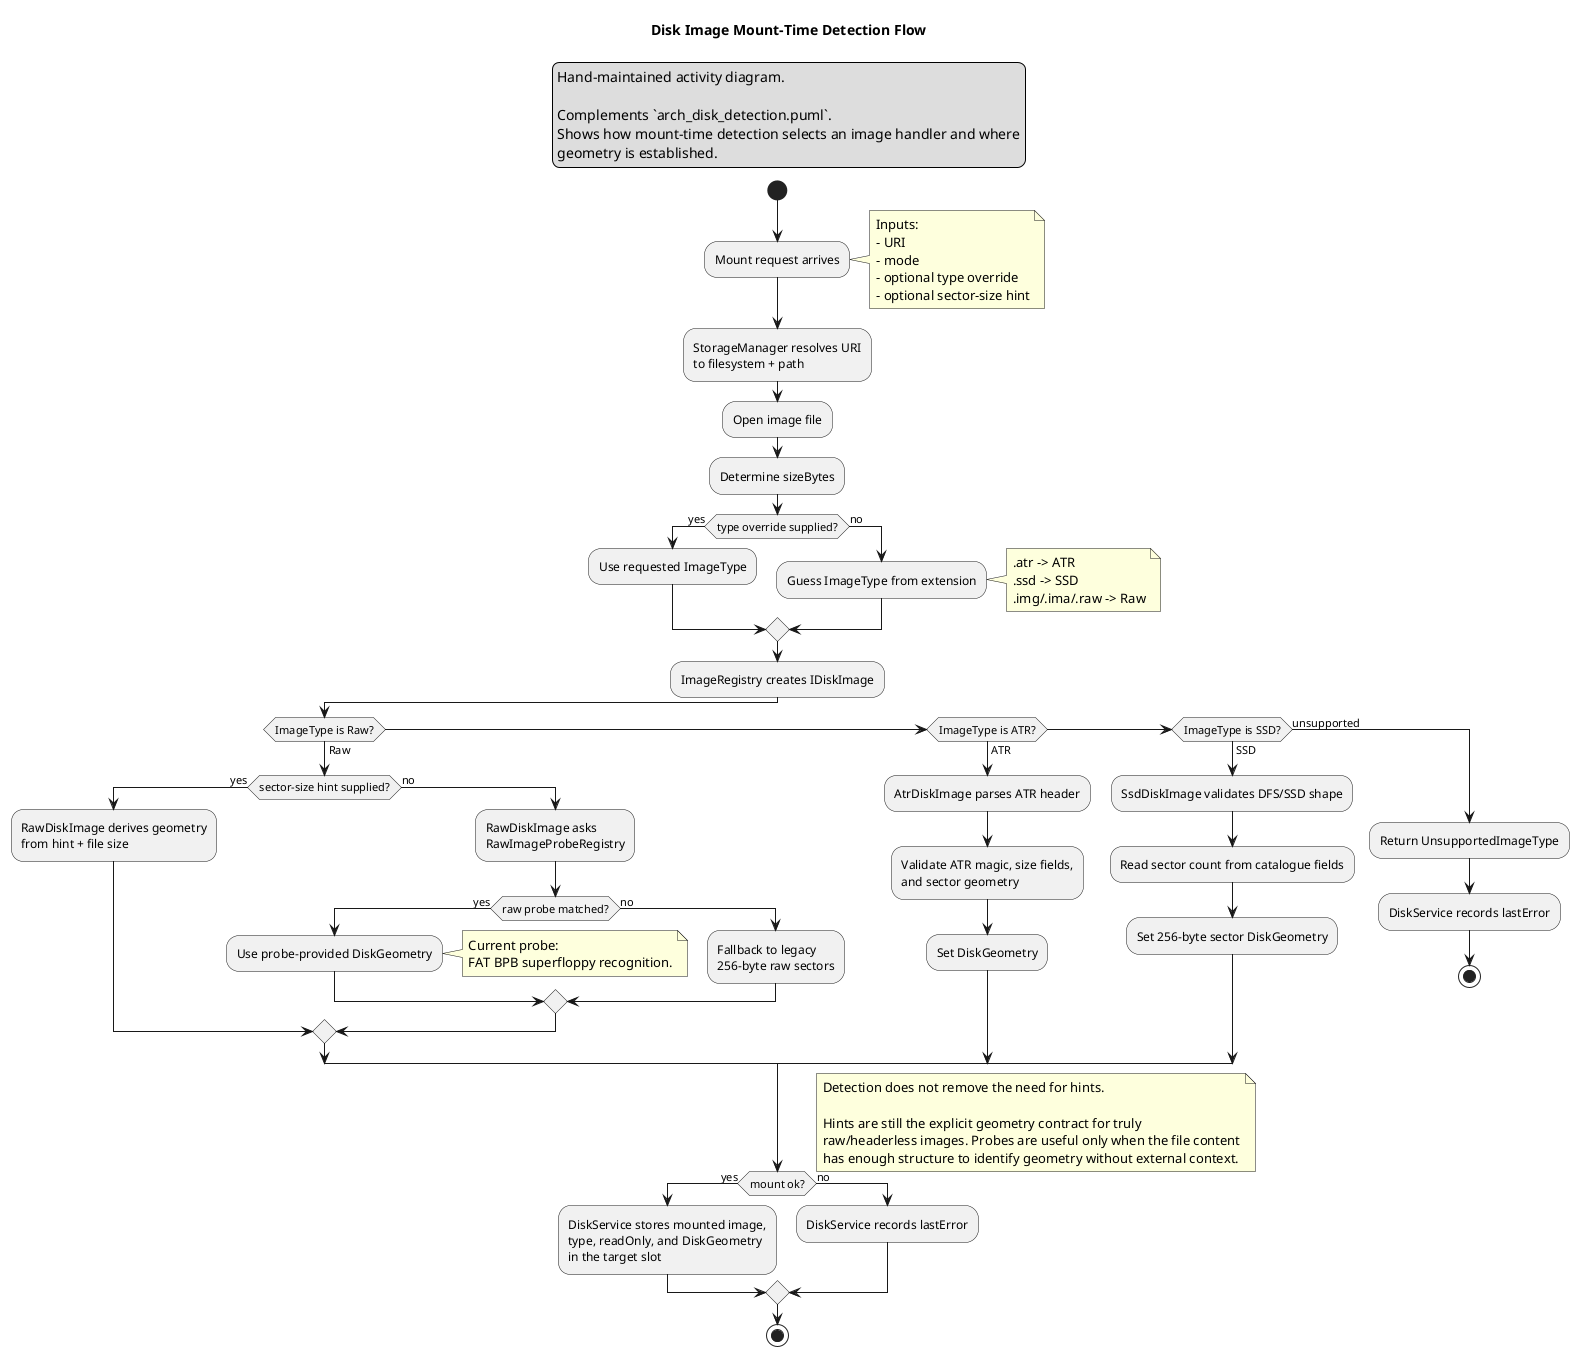
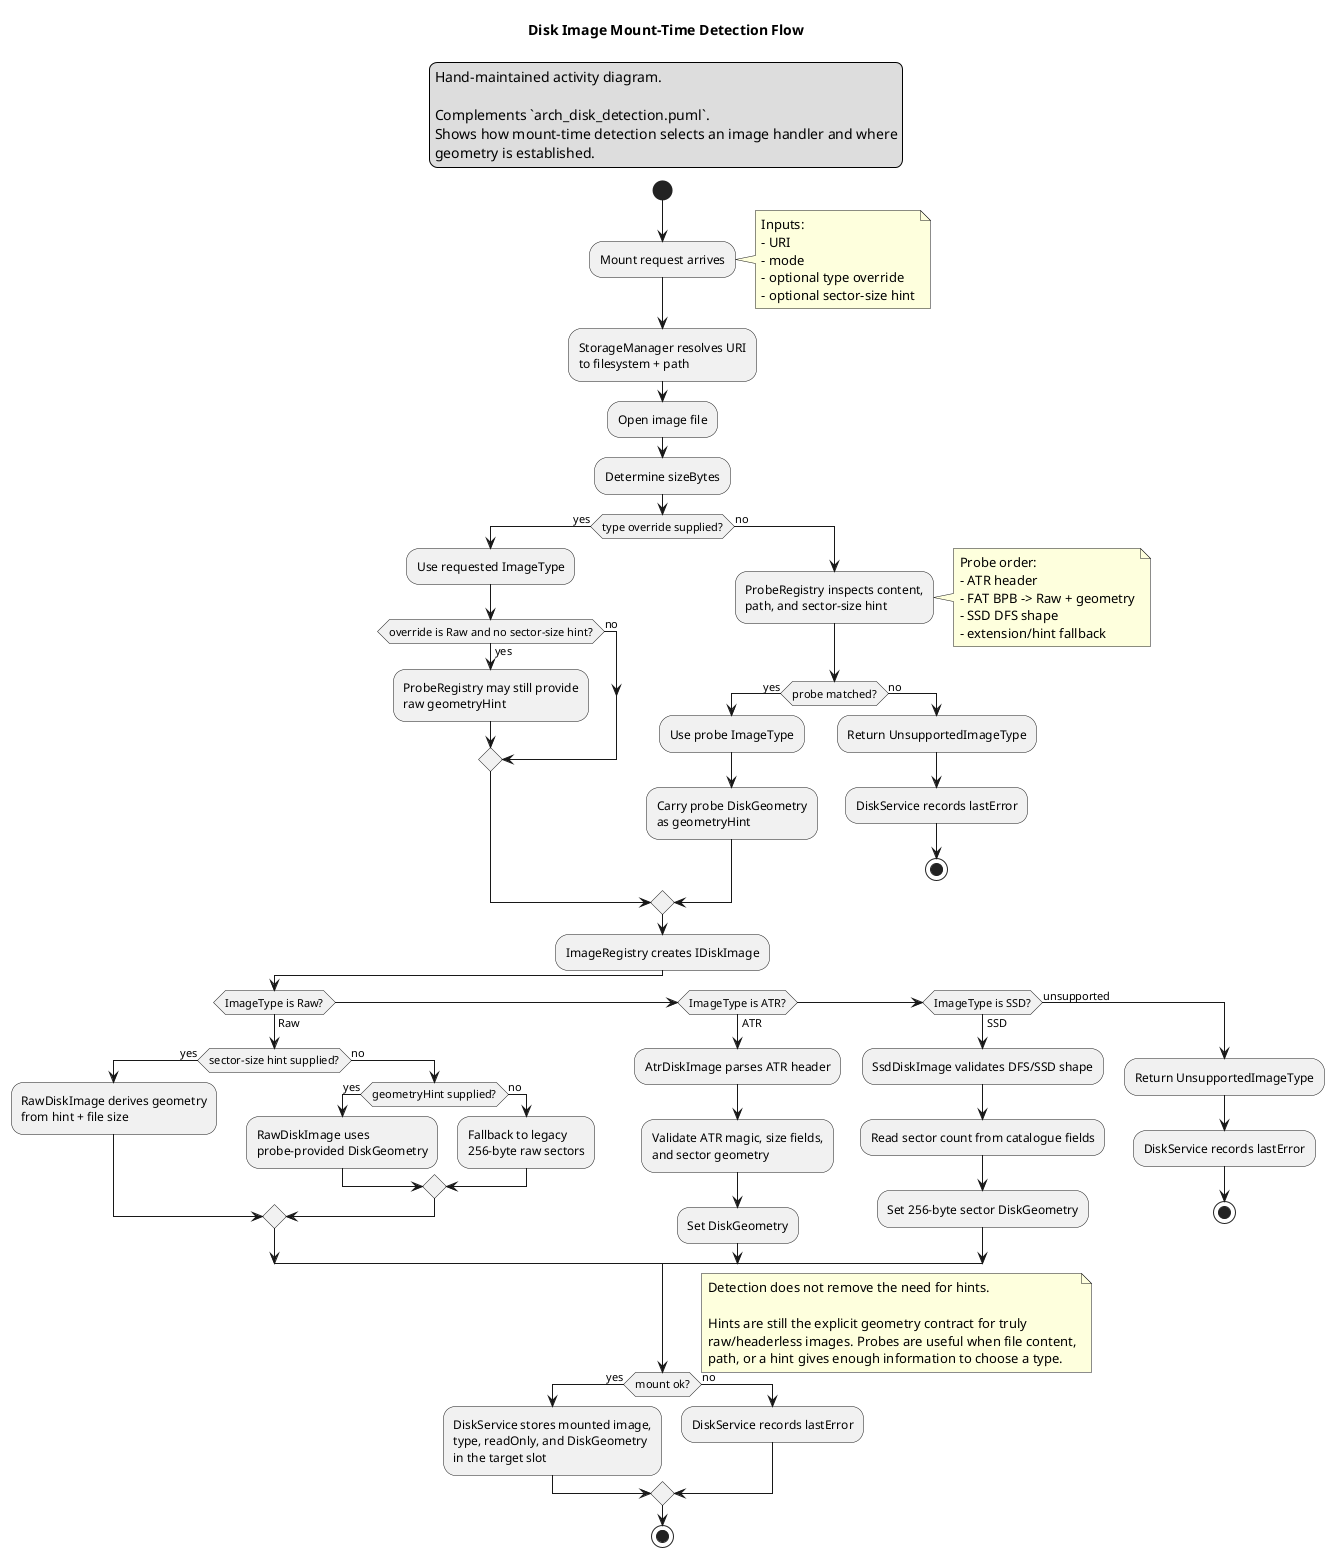
@startuml DiskDetectionFlow
title Disk Image Mount-Time Detection Flow

skinparam shadowing false

legend top
  Hand-maintained activity diagram.

  Complements `arch_disk_detection.puml`.
  Shows how mount-time detection selects an image handler and where
  geometry is established.
endlegend

start

:Mount request arrives;
note right
  Inputs:
  - URI
  - mode
  - optional type override
  - optional sector-size hint
end note

:StorageManager resolves URI
to filesystem + path;
:Open image file;
:Determine sizeBytes;

if (type override supplied?) then (yes)
  :Use requested ImageType;
+   if (override is Raw and no sector-size hint?) then (yes)
+     :ProbeRegistry may still provide
+     raw geometryHint;
+   else (no)
+   endif
else (no)
-   :Guess ImageType from extension;
+   :ProbeRegistry inspects content,
+   path, and sector-size hint;
  note right
-     .atr -> ATR
-     .ssd -> SSD
-     .img/.ima/.raw -> Raw
+     Probe order:
+     - ATR header
+     - FAT BPB -> Raw + geometry
+     - SSD DFS shape
+     - extension/hint fallback
  end note
+   if (probe matched?) then (yes)
+     :Use probe ImageType;
+     :Carry probe DiskGeometry
+     as geometryHint;
+   else (no)
+     :Return UnsupportedImageType;
+     :DiskService records lastError;
+     stop
+   endif
endif

:ImageRegistry creates IDiskImage;

if (ImageType is Raw?) then (Raw)
  if (sector-size hint supplied?) then (yes)
    :RawDiskImage derives geometry
    from hint + file size;
  else (no)
-     :RawDiskImage asks
-     RawImageProbeRegistry;
-     if (raw probe matched?) then (yes)
-       :Use probe-provided DiskGeometry;
-       note right
-         Current probe:
-         FAT BPB superfloppy recognition.
-       end note
+     if (geometryHint supplied?) then (yes)
+       :RawDiskImage uses
+       probe-provided DiskGeometry;
    else (no)
      :Fallback to legacy
      256-byte raw sectors;
    endif
  endif
elseif (ImageType is ATR?) then (ATR)
  :AtrDiskImage parses ATR header;
  :Validate ATR magic, size fields,
  and sector geometry;
  :Set DiskGeometry;
elseif (ImageType is SSD?) then (SSD)
  :SsdDiskImage validates DFS/SSD shape;
  :Read sector count from catalogue fields;
  :Set 256-byte sector DiskGeometry;
else (unsupported)
  :Return UnsupportedImageType;
  :DiskService records lastError;
  stop
endif

if (mount ok?) then (yes)
  :DiskService stores mounted image,
  type, readOnly, and DiskGeometry
  in the target slot;
else (no)
  :DiskService records lastError;
endif

note right
  Detection does not remove the need for hints.

  Hints are still the explicit geometry contract for truly
-   raw/headerless images. Probes are useful only when the file content
-   has enough structure to identify geometry without external context.
+   raw/headerless images. Probes are useful when file content,
+   path, or a hint gives enough information to choose a type.
end note

stop

@enduml
